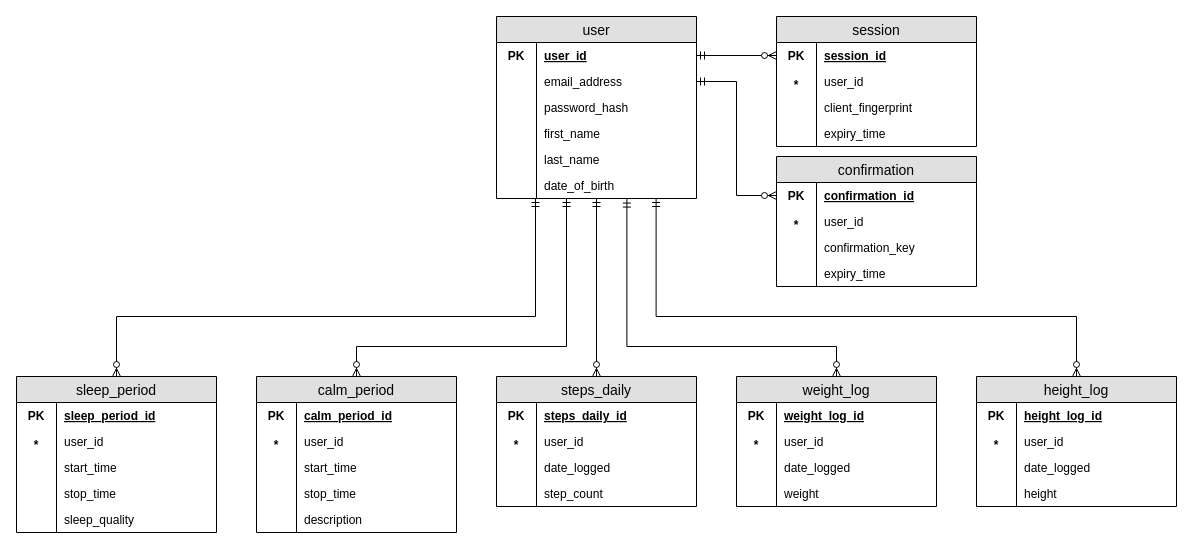
This is docs/database/kalma_data_schema.drawio from luckychan12/kalma-public, a draw.io file, before an edit. Source tidied: cells renumbered, new cells numbered last; positions are measured from the earlier drawing's top-left corner, leaving out a move shared by most shapes. Both pictures are drawn from the tidied source at 100%, with x=0, y=0 at pixel (16, 16).
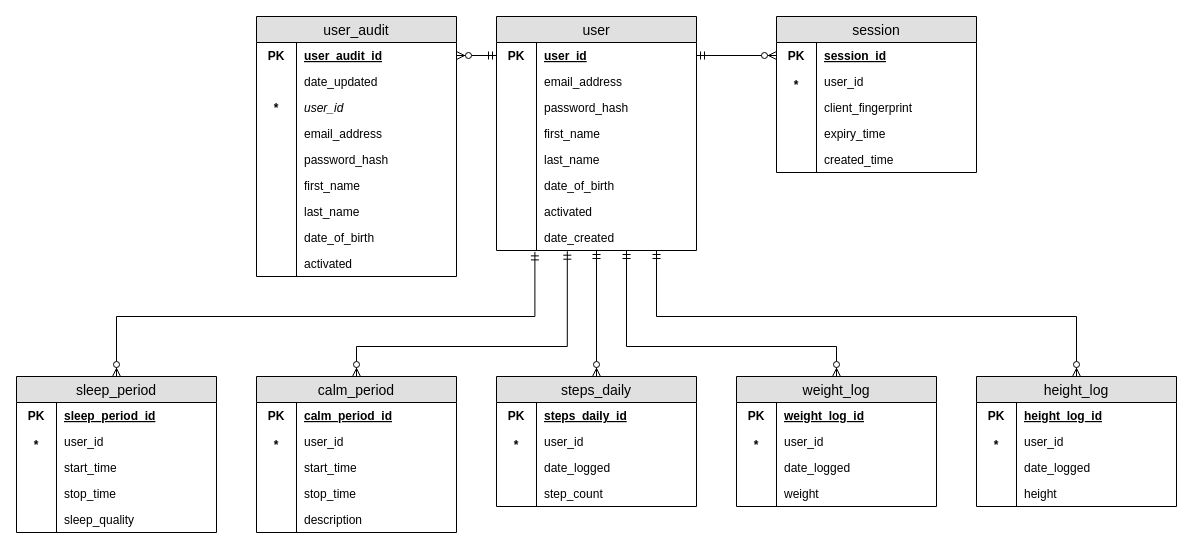
The same diagram, later.

Commit message (it also covers changes not shown here):
Update planned schema & include ERD for working database schema

The change refers to these unchanged cells:
```xml
<mxCell id="8" value="user_id" style="shape=partialRectangle;top=0;left=0;right=0;bottom=0;align=left;verticalAlign=top;fillColor=none;spacingLeft=46;spacingRight=4;overflow=hidden;points=[[0,0.5],[1,0.5]];portConstraint=eastwest;fontSize=12;fontStyle=5;" parent="7" vertex="1">
  <mxGeometry y="26" width="200" height="26" as="geometry" />
</mxCell>
<mxCell id="10" value="email_address" style="shape=partialRectangle;top=0;left=0;right=0;bottom=0;align=left;verticalAlign=top;fillColor=none;spacingLeft=46;spacingRight=4;overflow=hidden;points=[[0,0.5],[1,0.5]];portConstraint=eastwest;fontSize=12;" parent="7" vertex="1">
  <mxGeometry y="52" width="200" height="26" as="geometry" />
</mxCell>
<mxCell id="18" value="date_of_birth&#10;" style="shape=partialRectangle;top=0;left=0;right=0;bottom=0;align=left;verticalAlign=top;fillColor=none;spacingLeft=46;spacingRight=4;overflow=hidden;points=[[0,0.5],[1,0.5]];portConstraint=eastwest;fontSize=12;" parent="7" vertex="1">
  <mxGeometry y="156" width="200" height="26" as="geometry" />
</mxCell>
<mxCell id="40" value="sleep_period" style="swimlane;fontStyle=0;horizontal=1;startSize=26;fillColor=#e0e0e0;swimlaneFillColor=#ffffff;align=center;fontSize=14;" parent="1" vertex="1">
  <mxGeometry y="360" width="200" height="156" as="geometry" />
</mxCell>
<mxCell id="51" value="calm_period" style="swimlane;fontStyle=0;horizontal=1;startSize=26;fillColor=#e0e0e0;swimlaneFillColor=#ffffff;align=center;fontSize=14;" parent="1" vertex="1">
  <mxGeometry x="240" y="360" width="200" height="156" as="geometry" />
</mxCell>
<mxCell id="71" value="weight_log" style="swimlane;fontStyle=0;horizontal=1;startSize=26;fillColor=#e0e0e0;swimlaneFillColor=#ffffff;align=center;fontSize=14;" parent="1" vertex="1">
  <mxGeometry x="720" y="360" width="200" height="130" as="geometry" />
</mxCell>
<mxCell id="80" value="height_log" style="swimlane;fontStyle=0;horizontal=1;startSize=26;fillColor=#e0e0e0;swimlaneFillColor=#ffffff;align=center;fontSize=14;" parent="1" vertex="1">
  <mxGeometry x="960" y="360" width="200" height="130" as="geometry" />
</mxCell>
```

What changed in the source:
```diff
@@
-    <mxCell id="2" style="edgeStyle=orthogonalEdgeStyle;rounded=0;jettySize=auto;html=1;exitX=0.195;exitY=1;exitDx=0;exitDy=0;entryX=0.5;entryY=0;entryDx=0;entryDy=0;startArrow=ERmandOne;startFill=0;endArrow=ERzeroToMany;endFill=1;exitPerimeter=0;" parent="1" edge="1" source="18" target="40">
+    <mxCell id="2" style="edgeStyle=orthogonalEdgeStyle;rounded=0;jettySize=auto;html=1;exitX=0.192;exitY=1.053;exitDx=0;exitDy=0;entryX=0.5;entryY=0;entryDx=0;entryDy=0;startArrow=ERmandOne;startFill=0;endArrow=ERzeroToMany;endFill=1;exitPerimeter=0;" parent="1" edge="1" source="91" target="40">
       <mxGeometry relative="1" as="geometry">
         <Array as="points">
-          <mxPoint x="519" y="300" />
+          <mxPoint x="518" y="300" />
           <mxPoint x="100" y="300" />
         </Array>
       </mxGeometry>
     </mxCell>
-    <mxCell id="3" style="edgeStyle=orthogonalEdgeStyle;rounded=0;jettySize=auto;html=1;exitX=0.35;exitY=1;exitDx=0;exitDy=0;entryX=0.5;entryY=0;entryDx=0;entryDy=0;startArrow=ERmandOne;startFill=0;endArrow=ERzeroToMany;endFill=1;exitPerimeter=0;" parent="1" edge="1" source="18" target="51">
+    <mxCell id="3" style="edgeStyle=orthogonalEdgeStyle;rounded=0;jettySize=auto;html=1;exitX=0.354;exitY=1.027;exitDx=0;exitDy=0;entryX=0.5;entryY=0;entryDx=0;entryDy=0;startArrow=ERmandOne;startFill=0;endArrow=ERzeroToMany;endFill=1;exitPerimeter=0;" parent="1" edge="1" source="91" target="51">
       <mxGeometry relative="1" as="geometry">
         <Array as="points">
-          <mxPoint x="550" y="330" />
+          <mxPoint x="551" y="330" />
           <mxPoint x="340" y="330" />
         </Array>
       </mxGeometry>
     </mxCell>
@@
-    <mxCell id="5" style="edgeStyle=orthogonalEdgeStyle;rounded=0;jettySize=auto;html=1;entryX=0.5;entryY=0;entryDx=0;entryDy=0;startArrow=ERmandOne;startFill=0;endArrow=ERzeroToMany;endFill=1;exitX=0.652;exitY=1.022;exitDx=0;exitDy=0;exitPerimeter=0;" parent="1" edge="1" source="18" target="71">
+    <mxCell id="5" style="edgeStyle=orthogonalEdgeStyle;rounded=0;jettySize=auto;html=1;entryX=0.5;entryY=0;entryDx=0;entryDy=0;startArrow=ERmandOne;startFill=0;endArrow=ERzeroToMany;endFill=1;" parent="1" edge="1" source="91" target="71">
       <mxGeometry relative="1" as="geometry">
         <Array as="points">
           <mxPoint x="610" y="330" />
           <mxPoint x="820" y="330" />
         </Array>
       </mxGeometry>
     </mxCell>
-    <mxCell id="6" style="edgeStyle=orthogonalEdgeStyle;rounded=0;jettySize=auto;html=1;exitX=0.798;exitY=1;exitDx=0;exitDy=0;entryX=0.5;entryY=0;entryDx=0;entryDy=0;startArrow=ERmandOne;startFill=0;endArrow=ERzeroToMany;endFill=1;exitPerimeter=0;" parent="1" edge="1" source="18" target="80">
+    <mxCell id="6" style="edgeStyle=orthogonalEdgeStyle;rounded=0;jettySize=auto;html=1;entryX=0.5;entryY=0;entryDx=0;entryDy=0;startArrow=ERmandOne;startFill=0;endArrow=ERzeroToMany;endFill=1;" parent="1" edge="1" source="91" target="80">
       <mxGeometry relative="1" as="geometry">
         <Array as="points">
           <mxPoint x="640" y="300" />
           <mxPoint x="1060" y="300" />
         </Array>
       </mxGeometry>
     </mxCell>
     <mxCell id="7" value="user" style="swimlane;fontStyle=0;horizontal=1;startSize=26;fillColor=#e0e0e0;swimlaneFillColor=#ffffff;align=center;fontSize=14;" parent="1" vertex="1">
-      <mxGeometry x="480" width="200" height="182" as="geometry" />
+      <mxGeometry x="480" width="200" height="234" as="geometry" />
     </mxCell>
@@
+    <mxCell id="89" value="activated" style="shape=partialRectangle;top=0;left=0;right=0;bottom=0;align=left;verticalAlign=top;fillColor=none;spacingLeft=46;spacingRight=4;overflow=hidden;fontSize=12;" parent="7" vertex="1">
+      <mxGeometry y="182" width="200" height="26" as="geometry" />
+    </mxCell>
+    <mxCell id="90" style="shape=partialRectangle;fontStyle=1;top=0;left=0;bottom=0;fillColor=none;align=center;verticalAlign=middle;spacingLeft=4;spacingRight=4;overflow=hidden;fontSize=12;" parent="89" vertex="1">
+      <mxGeometry width="40" height="26" as="geometry" />
+    </mxCell>
+    <mxCell id="91" value="date_created" style="shape=partialRectangle;top=0;left=0;right=0;bottom=0;align=left;verticalAlign=top;fillColor=none;spacingLeft=46;spacingRight=4;overflow=hidden;points=[[0,0.5],[1,0.5]];portConstraint=eastwest;fontSize=12;" parent="7" vertex="1">
+      <mxGeometry y="208" width="200" height="26" as="geometry" />
+    </mxCell>
+    <mxCell id="92" style="shape=partialRectangle;fontStyle=1;top=0;left=0;bottom=0;fillColor=none;align=center;verticalAlign=middle;spacingLeft=4;spacingRight=4;overflow=hidden;fontSize=12;" parent="91" vertex="1">
+      <mxGeometry width="40" height="26" as="geometry" />
+    </mxCell>
     <mxCell id="20" value="session" style="swimlane;fontStyle=0;horizontal=1;startSize=26;fillColor=#e0e0e0;swimlaneFillColor=#ffffff;align=center;fontSize=14;" parent="1" vertex="1">
-      <mxGeometry x="760" width="200" height="130" as="geometry" />
+      <mxGeometry x="760" width="200" height="156" as="geometry" />
     </mxCell>
@@
-    <mxCell id="29" value="confirmation" style="swimlane;fontStyle=0;horizontal=1;startSize=26;fillColor=#e0e0e0;swimlaneFillColor=#ffffff;align=center;fontSize=14;" parent="1" vertex="1">
-      <mxGeometry x="760" y="140" width="200" height="130" as="geometry" />
-    </mxCell>
-    <mxCell id="30" value="confirmation_id" style="shape=partialRectangle;top=0;left=0;right=0;bottom=0;align=left;verticalAlign=top;fillColor=none;spacingLeft=46;spacingRight=4;overflow=hidden;points=[[0,0.5],[1,0.5]];portConstraint=eastwest;fontSize=12;fontStyle=5;" parent="29" vertex="1">
-      <mxGeometry y="26" width="200" height="26" as="geometry" />
-    </mxCell>
-    <mxCell id="31" value="PK" style="shape=partialRectangle;top=0;left=0;bottom=0;fillColor=none;align=center;verticalAlign=middle;spacingLeft=4;spacingRight=4;overflow=hidden;fontSize=12;fontStyle=1;" parent="30" vertex="1">
-      <mxGeometry width="40" height="26" as="geometry" />
-    </mxCell>
-    <mxCell id="32" value="user_id" style="shape=partialRectangle;top=0;left=0;right=0;bottom=0;align=left;verticalAlign=top;fillColor=none;spacingLeft=46;spacingRight=4;overflow=hidden;fontSize=12;" parent="29" vertex="1">
-      <mxGeometry y="52" width="200" height="26" as="geometry" />
-    </mxCell>
-    <mxCell id="33" value="*" style="shape=partialRectangle;fontStyle=1;top=0;left=0;bottom=0;fillColor=none;align=center;verticalAlign=bottom;spacingLeft=4;spacingRight=4;overflow=hidden;fontSize=12;" parent="32" vertex="1">
-      <mxGeometry width="40" height="26" as="geometry" />
-    </mxCell>
-    <mxCell id="34" value="confirmation_key" style="shape=partialRectangle;top=0;left=0;right=0;bottom=0;align=left;verticalAlign=top;fillColor=none;spacingLeft=46;spacingRight=4;overflow=hidden;fontSize=12;" parent="29" vertex="1">
-      <mxGeometry y="78" width="200" height="26" as="geometry" />
-    </mxCell>
-    <mxCell id="35" style="shape=partialRectangle;fontStyle=1;top=0;left=0;bottom=0;fillColor=none;align=center;verticalAlign=middle;spacingLeft=4;spacingRight=4;overflow=hidden;fontSize=12;" parent="34" vertex="1">
-      <mxGeometry width="40" height="26" as="geometry" />
-    </mxCell>
-    <mxCell id="36" value="expiry_time" style="shape=partialRectangle;top=0;left=0;right=0;bottom=0;align=left;verticalAlign=top;fillColor=none;spacingLeft=46;spacingRight=4;overflow=hidden;fontSize=12;" parent="29" vertex="1">
-      <mxGeometry y="104" width="200" height="26" as="geometry" />
-    </mxCell>
-    <mxCell id="37" style="shape=partialRectangle;fontStyle=1;top=0;left=0;bottom=0;fillColor=none;align=center;verticalAlign=middle;spacingLeft=4;spacingRight=4;overflow=hidden;fontSize=12;" parent="36" vertex="1">
-      <mxGeometry width="40" height="26" as="geometry" />
-    </mxCell>
+    <mxCell id="93" value="created_time" style="shape=partialRectangle;top=0;left=0;right=0;bottom=0;align=left;verticalAlign=top;fillColor=none;spacingLeft=46;spacingRight=4;overflow=hidden;fontSize=12;" parent="20" vertex="1">
+      <mxGeometry y="130" width="200" height="26" as="geometry" />
+    </mxCell>
+    <mxCell id="94" style="shape=partialRectangle;fontStyle=1;top=0;left=0;bottom=0;fillColor=none;align=center;verticalAlign=middle;spacingLeft=4;spacingRight=4;overflow=hidden;fontSize=12;" parent="93" vertex="1">
+      <mxGeometry width="40" height="26" as="geometry" />
+    </mxCell>
@@
-    <mxCell id="39" style="edgeStyle=orthogonalEdgeStyle;rounded=0;jettySize=auto;html=1;exitX=1;exitY=0.5;exitDx=0;exitDy=0;entryX=0;entryY=0.5;entryDx=0;entryDy=0;startArrow=ERmandOne;startFill=0;endArrow=ERzeroToMany;endFill=1;" parent="1" edge="1" source="10" target="30">
-      <mxGeometry relative="1" as="geometry" />
-    </mxCell>
@@
+    <mxCell id="95" value="user_audit" style="swimlane;fontStyle=0;horizontal=1;startSize=26;fillColor=#e0e0e0;swimlaneFillColor=#ffffff;align=center;fontSize=14;" parent="1" vertex="1">
+      <mxGeometry x="240" width="200" height="260" as="geometry" />
+    </mxCell>
+    <mxCell id="96" value="user_audit_id" style="shape=partialRectangle;top=0;left=0;right=0;bottom=0;align=left;verticalAlign=top;fillColor=none;spacingLeft=46;spacingRight=4;overflow=hidden;points=[[0,0.5],[1,0.5]];portConstraint=eastwest;fontSize=12;fontStyle=5;" parent="95" vertex="1">
+      <mxGeometry y="26" width="200" height="26" as="geometry" />
+    </mxCell>
+    <mxCell id="31" value="PK" style="shape=partialRectangle;top=0;left=0;bottom=0;fillColor=none;align=center;verticalAlign=middle;spacingLeft=4;spacingRight=4;overflow=hidden;fontSize=12;fontStyle=1;" parent="96" vertex="1">
+      <mxGeometry width="40" height="26" as="geometry" />
+    </mxCell>
+    <mxCell id="97" value="date_updated" style="shape=partialRectangle;top=0;left=0;right=0;bottom=0;align=left;verticalAlign=top;fillColor=none;spacingLeft=46;spacingRight=4;overflow=hidden;fontSize=12;fontStyle=0;" parent="95" vertex="1">
+      <mxGeometry y="52" width="200" height="26" as="geometry" />
+    </mxCell>
+    <mxCell id="98" style="shape=partialRectangle;top=0;left=0;bottom=0;fillColor=none;align=center;verticalAlign=middle;spacingLeft=4;spacingRight=4;overflow=hidden;fontSize=12;fontStyle=1;" parent="97" vertex="1">
+      <mxGeometry width="40" height="26" as="geometry" />
+    </mxCell>
+    <mxCell id="32" value="user_id" style="shape=partialRectangle;top=0;left=0;right=0;bottom=0;align=left;verticalAlign=top;fillColor=none;spacingLeft=46;spacingRight=4;overflow=hidden;fontSize=12;fontStyle=2;" parent="95" vertex="1">
+      <mxGeometry y="78" width="200" height="26" as="geometry" />
+    </mxCell>
+    <mxCell id="33" value="*" style="shape=partialRectangle;top=0;left=0;bottom=0;fillColor=none;align=center;verticalAlign=middle;spacingLeft=4;spacingRight=4;overflow=hidden;fontSize=12;fontStyle=1;" parent="32" vertex="1">
+      <mxGeometry width="40" height="26" as="geometry" />
+    </mxCell>
+    <mxCell id="99" value="email_address" style="shape=partialRectangle;top=0;left=0;right=0;bottom=0;align=left;verticalAlign=top;fillColor=none;spacingLeft=46;spacingRight=4;overflow=hidden;fontSize=12;" parent="95" vertex="1">
+      <mxGeometry y="104" width="200" height="26" as="geometry" />
+    </mxCell>
+    <mxCell id="100" style="shape=partialRectangle;fontStyle=1;top=0;left=0;bottom=0;fillColor=none;align=center;verticalAlign=middle;spacingLeft=4;spacingRight=4;overflow=hidden;fontSize=12;" parent="99" vertex="1">
+      <mxGeometry width="40" height="26" as="geometry" />
+    </mxCell>
+    <mxCell id="101" value="password_hash" style="shape=partialRectangle;top=0;left=0;right=0;bottom=0;align=left;verticalAlign=top;fillColor=none;spacingLeft=46;spacingRight=4;overflow=hidden;fontSize=12;" parent="95" vertex="1">
+      <mxGeometry y="130" width="200" height="26" as="geometry" />
+    </mxCell>
+    <mxCell id="102" style="shape=partialRectangle;fontStyle=1;top=0;left=0;bottom=0;fillColor=none;align=center;verticalAlign=middle;spacingLeft=4;spacingRight=4;overflow=hidden;fontSize=12;" parent="101" vertex="1">
+      <mxGeometry width="40" height="26" as="geometry" />
+    </mxCell>
+    <mxCell id="103" value="first_name" style="shape=partialRectangle;top=0;left=0;right=0;bottom=0;align=left;verticalAlign=top;fillColor=none;spacingLeft=46;spacingRight=4;overflow=hidden;fontSize=12;" parent="95" vertex="1">
+      <mxGeometry y="156" width="200" height="26" as="geometry" />
+    </mxCell>
+    <mxCell id="104" style="shape=partialRectangle;fontStyle=1;top=0;left=0;bottom=0;fillColor=none;align=center;verticalAlign=middle;spacingLeft=4;spacingRight=4;overflow=hidden;fontSize=12;" parent="103" vertex="1">
+      <mxGeometry width="40" height="26" as="geometry" />
+    </mxCell>
+    <mxCell id="105" value="last_name" style="shape=partialRectangle;top=0;left=0;right=0;bottom=0;align=left;verticalAlign=top;fillColor=none;spacingLeft=46;spacingRight=4;overflow=hidden;fontSize=12;" parent="95" vertex="1">
+      <mxGeometry y="182" width="200" height="26" as="geometry" />
+    </mxCell>
+    <mxCell id="106" style="shape=partialRectangle;fontStyle=1;top=0;left=0;bottom=0;fillColor=none;align=center;verticalAlign=middle;spacingLeft=4;spacingRight=4;overflow=hidden;fontSize=12;" parent="105" vertex="1">
+      <mxGeometry width="40" height="26" as="geometry" />
+    </mxCell>
+    <mxCell id="107" value="date_of_birth&#10;" style="shape=partialRectangle;top=0;left=0;right=0;bottom=0;align=left;verticalAlign=top;fillColor=none;spacingLeft=46;spacingRight=4;overflow=hidden;fontSize=12;" parent="95" vertex="1">
+      <mxGeometry y="208" width="200" height="26" as="geometry" />
+    </mxCell>
+    <mxCell id="108" style="shape=partialRectangle;fontStyle=1;top=0;left=0;bottom=0;fillColor=none;align=center;verticalAlign=middle;spacingLeft=4;spacingRight=4;overflow=hidden;fontSize=12;" parent="107" vertex="1">
+      <mxGeometry width="40" height="26" as="geometry" />
+    </mxCell>
+    <mxCell id="109" value="activated" style="shape=partialRectangle;top=0;left=0;right=0;bottom=0;align=left;verticalAlign=top;fillColor=none;spacingLeft=46;spacingRight=4;overflow=hidden;fontSize=12;" parent="95" vertex="1">
+      <mxGeometry y="234" width="200" height="26" as="geometry" />
+    </mxCell>
+    <mxCell id="110" style="shape=partialRectangle;fontStyle=1;top=0;left=0;bottom=0;fillColor=none;align=center;verticalAlign=middle;spacingLeft=4;spacingRight=4;overflow=hidden;fontSize=12;" parent="109" vertex="1">
+      <mxGeometry width="40" height="26" as="geometry" />
+    </mxCell>
+    <mxCell id="111" style="edgeStyle=orthogonalEdgeStyle;rounded=0;jettySize=auto;html=1;exitX=1;exitY=0.5;exitDx=0;exitDy=0;entryX=0;entryY=0.5;entryDx=0;entryDy=0;endArrow=ERmandOne;endFill=0;startArrow=ERzeroToMany;startFill=1;" parent="1" edge="1" source="96" target="8">
+      <mxGeometry relative="1" as="geometry" />
+    </mxCell>
```
